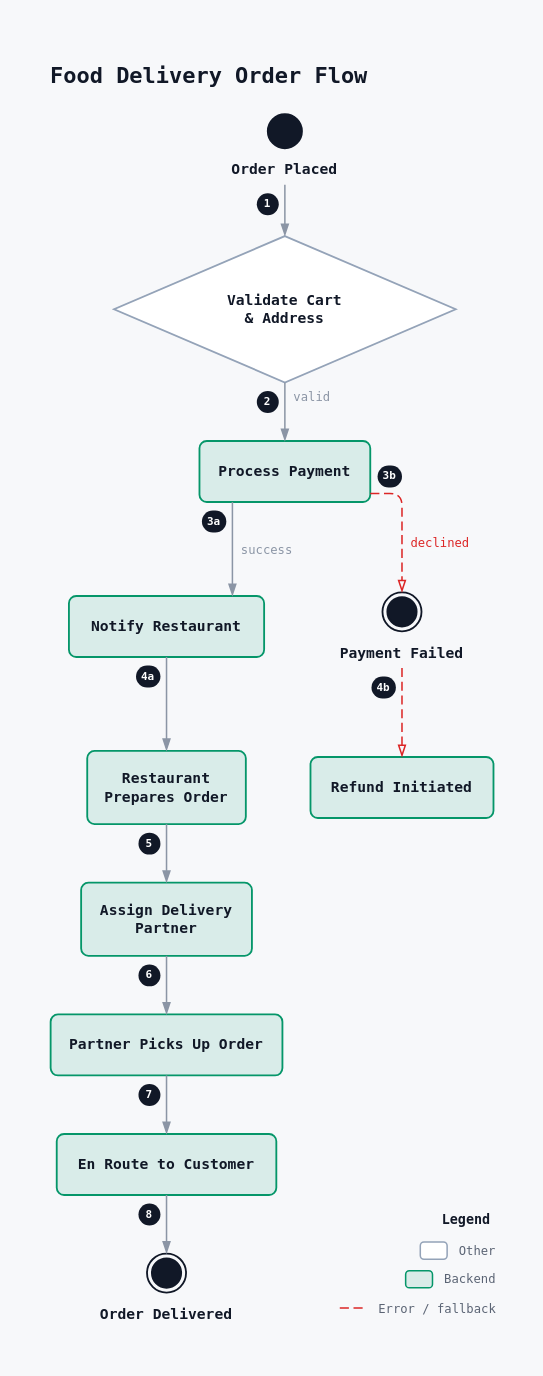
Above: examples/swiggy_order_flow/swiggy_order_flow.drawio in rg12301/rdg (draw.io), before the change. Source tidied: cells renumbered, new cells numbered last; positions are measured from the earlier drawing's top-left corner, leaving out a move shared by most shapes. Both pictures are drawn from the tidied source at 122%, with x=0, y=0 at pixel (21, 21).
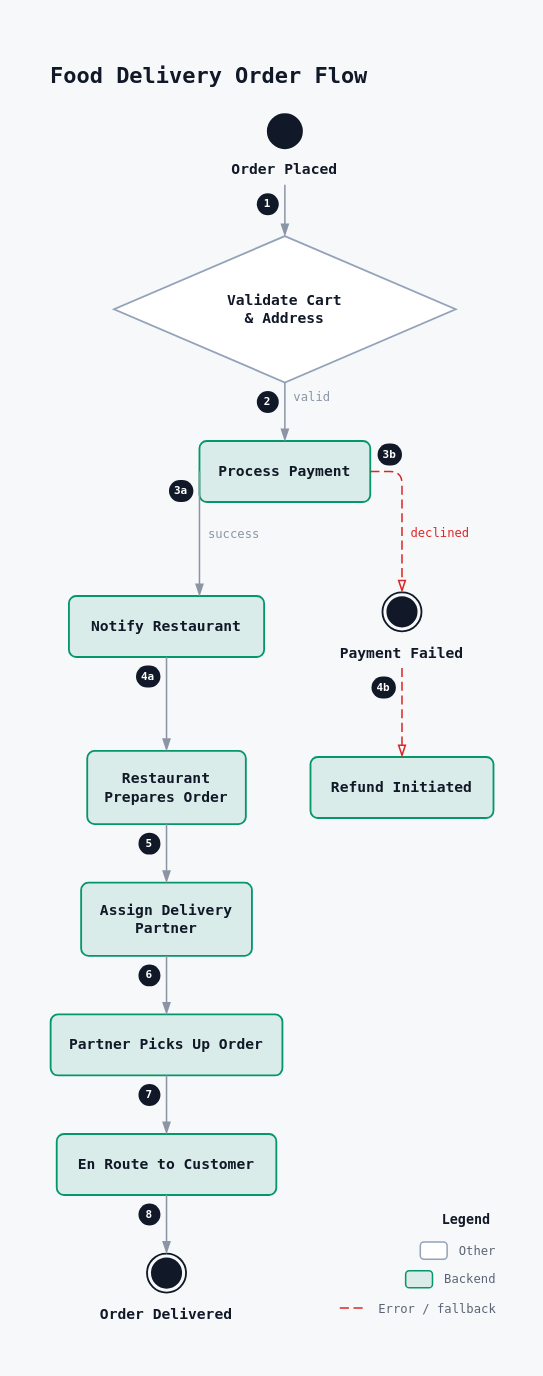
After the change.

Unchanged cells that the change refers to:
```xml
<mxCell id="7" value="&lt;b&gt;Process Payment&lt;/b&gt;" style="rounded=1;absoluteArcSize=1;arcSize=12;html=1;whiteSpace=wrap;fillColor=#059669;fillOpacity=12;strokeColor=#059669;strokeWidth=1.5;shadow=0;fontFamily=JetBrains Mono, ui-monospace, SFMono-Regular, Menlo, Consolas, monospace;fontSize=12;fontColor=#111827;fontStyle=0;align=center;verticalAlign=middle;spacingTop=4;spacingBottom=4;spacingLeft=8;spacingRight=8;" parent="1" vertex="1">
  <mxGeometry x="146" y="344" width="140" height="50" as="geometry" />
</mxCell>
<mxCell id="8" value="&lt;b&gt;Notify Restaurant&lt;/b&gt;" style="rounded=1;absoluteArcSize=1;arcSize=12;html=1;whiteSpace=wrap;fillColor=#059669;fillOpacity=12;strokeColor=#059669;strokeWidth=1.5;shadow=0;fontFamily=JetBrains Mono, ui-monospace, SFMono-Regular, Menlo, Consolas, monospace;fontSize=12;fontColor=#111827;fontStyle=0;align=center;verticalAlign=middle;spacingTop=4;spacingBottom=4;spacingLeft=8;spacingRight=8;" parent="1" vertex="1">
  <mxGeometry x="39" y="471" width="160" height="50" as="geometry" />
</mxCell>
<mxCell id="15" value="&lt;b&gt;Payment Failed&lt;/b&gt;" style="rounded=0;html=1;whiteSpace=wrap;fillColor=none;fillOpacity=100;strokeColor=none;strokeWidth=1.5;shadow=0;fontFamily=JetBrains Mono, ui-monospace, SFMono-Regular, Menlo, Consolas, monospace;fontSize=12;fontColor=#111827;fontStyle=0;align=center;verticalAlign=top;spacingTop=36;spacingBottom=0;spacingLeft=0;spacingRight=0;" parent="1" vertex="1">
  <mxGeometry x="252" y="468" width="120" height="56" as="geometry" />
</mxCell>
```

The edit, as a diff of the source:
```diff
@@
     <mxCell id="22" value="3a" style="rounded=1;arcSize=50;whiteSpace=wrap;html=1;fillColor=#111827;strokeColor=none;fontColor=#ffffff;fontSize=9;fontStyle=1;fontFamily=JetBrains Mono, ui-monospace, SFMono-Regular, Menlo, Consolas, monospace;spacing=0;" parent="1" vertex="1">
-      <mxGeometry x="148" y="401" width="20" height="18" as="geometry" />
+      <mxGeometry x="121" y="376" width="20" height="18" as="geometry" />
     </mxCell>
-    <mxCell id="23" value="success" style="exitX=0.19286;exitY=1.00000;exitDx=0;exitDy=0;exitPerimeter=0;entryX=0.83750;entryY=0.00000;entryDx=0;entryDy=0;entryPerimeter=0;edgeStyle=none;html=1;rounded=1;jumpStyle=arc;jumpSize=6;strokeColor=#8b95a5;strokeWidth=1.25;dashed=0;endArrow=blockThin;endFill=1;endSize=7;startArrow=none;labelBackgroundColor=#f7f8fa;labelBorderColor=none;fontFamily=JetBrains Mono, ui-monospace, SFMono-Regular, Menlo, Consolas, monospace;fontSize=10;fontColor=#8b95a5;" parent="1" edge="1" source="7" target="8">
+    <mxCell id="23" value="success" style="exitX=0.00000;exitY=0.50000;exitDx=0;exitDy=0;exitPerimeter=0;entryX=0.66875;entryY=0.00000;entryDx=0;entryDy=0;entryPerimeter=0;edgeStyle=none;html=1;rounded=1;jumpStyle=arc;jumpSize=6;strokeColor=#8b95a5;strokeWidth=1.25;dashed=0;endArrow=blockThin;endFill=1;endSize=7;startArrow=none;labelBackgroundColor=#f7f8fa;labelBorderColor=none;fontFamily=JetBrains Mono, ui-monospace, SFMono-Regular, Menlo, Consolas, monospace;fontSize=10;fontColor=#8b95a5;" parent="1" edge="1" source="7" target="8">
       <mxGeometry y="28" relative="1" as="geometry" />
     </mxCell>
     <mxCell id="24" value="3b" style="rounded=1;arcSize=50;whiteSpace=wrap;html=1;fillColor=#111827;strokeColor=none;fontColor=#ffffff;fontSize=9;fontStyle=1;fontFamily=JetBrains Mono, ui-monospace, SFMono-Regular, Menlo, Consolas, monospace;spacing=0;" parent="1" vertex="1">
-      <mxGeometry x="292" y="364" width="20" height="18" as="geometry" />
+      <mxGeometry x="292" y="346" width="20" height="18" as="geometry" />
     </mxCell>
-    <mxCell id="25" value="declined" style="exitX=1.00000;exitY=0.86000;exitDx=0;exitDy=0;exitPerimeter=0;entryX=0.50000;entryY=0.00000;entryDx=0;entryDy=0;entryPerimeter=0;edgeStyle=none;html=1;rounded=1;jumpStyle=arc;jumpSize=6;strokeColor=#dc2626;strokeWidth=1.25;dashed=1;dashPattern=6 3;endArrow=blockThin;endFill=0;endSize=7;startArrow=none;labelBackgroundColor=#f7f8fa;labelBorderColor=none;fontFamily=JetBrains Mono, ui-monospace, SFMono-Regular, Menlo, Consolas, monospace;fontSize=10;fontColor=#dc2626;" parent="1" edge="1" source="7" target="15">
-      <mxGeometry x="0.24" y="31" relative="1" as="geometry">
+    <mxCell id="25" value="declined" style="exitX=1.00000;exitY=0.50000;exitDx=0;exitDy=0;exitPerimeter=0;entryX=0.50000;entryY=0.00000;entryDx=0;entryDy=0;entryPerimeter=0;edgeStyle=none;html=1;rounded=1;jumpStyle=arc;jumpSize=6;strokeColor=#dc2626;strokeWidth=1.25;dashed=1;dashPattern=6 3;endArrow=blockThin;endFill=0;endSize=7;startArrow=none;labelBackgroundColor=#f7f8fa;labelBorderColor=none;fontFamily=JetBrains Mono, ui-monospace, SFMono-Regular, Menlo, Consolas, monospace;fontSize=10;fontColor=#dc2626;" parent="1" edge="1" source="7" target="15">
+      <mxGeometry x="0.21" y="31" relative="1" as="geometry">
         <Array as="points">
-          <mxPoint x="312" y="387" />
+          <mxPoint x="312" y="369" />
         </Array>
       </mxGeometry>
     </mxCell>
```
